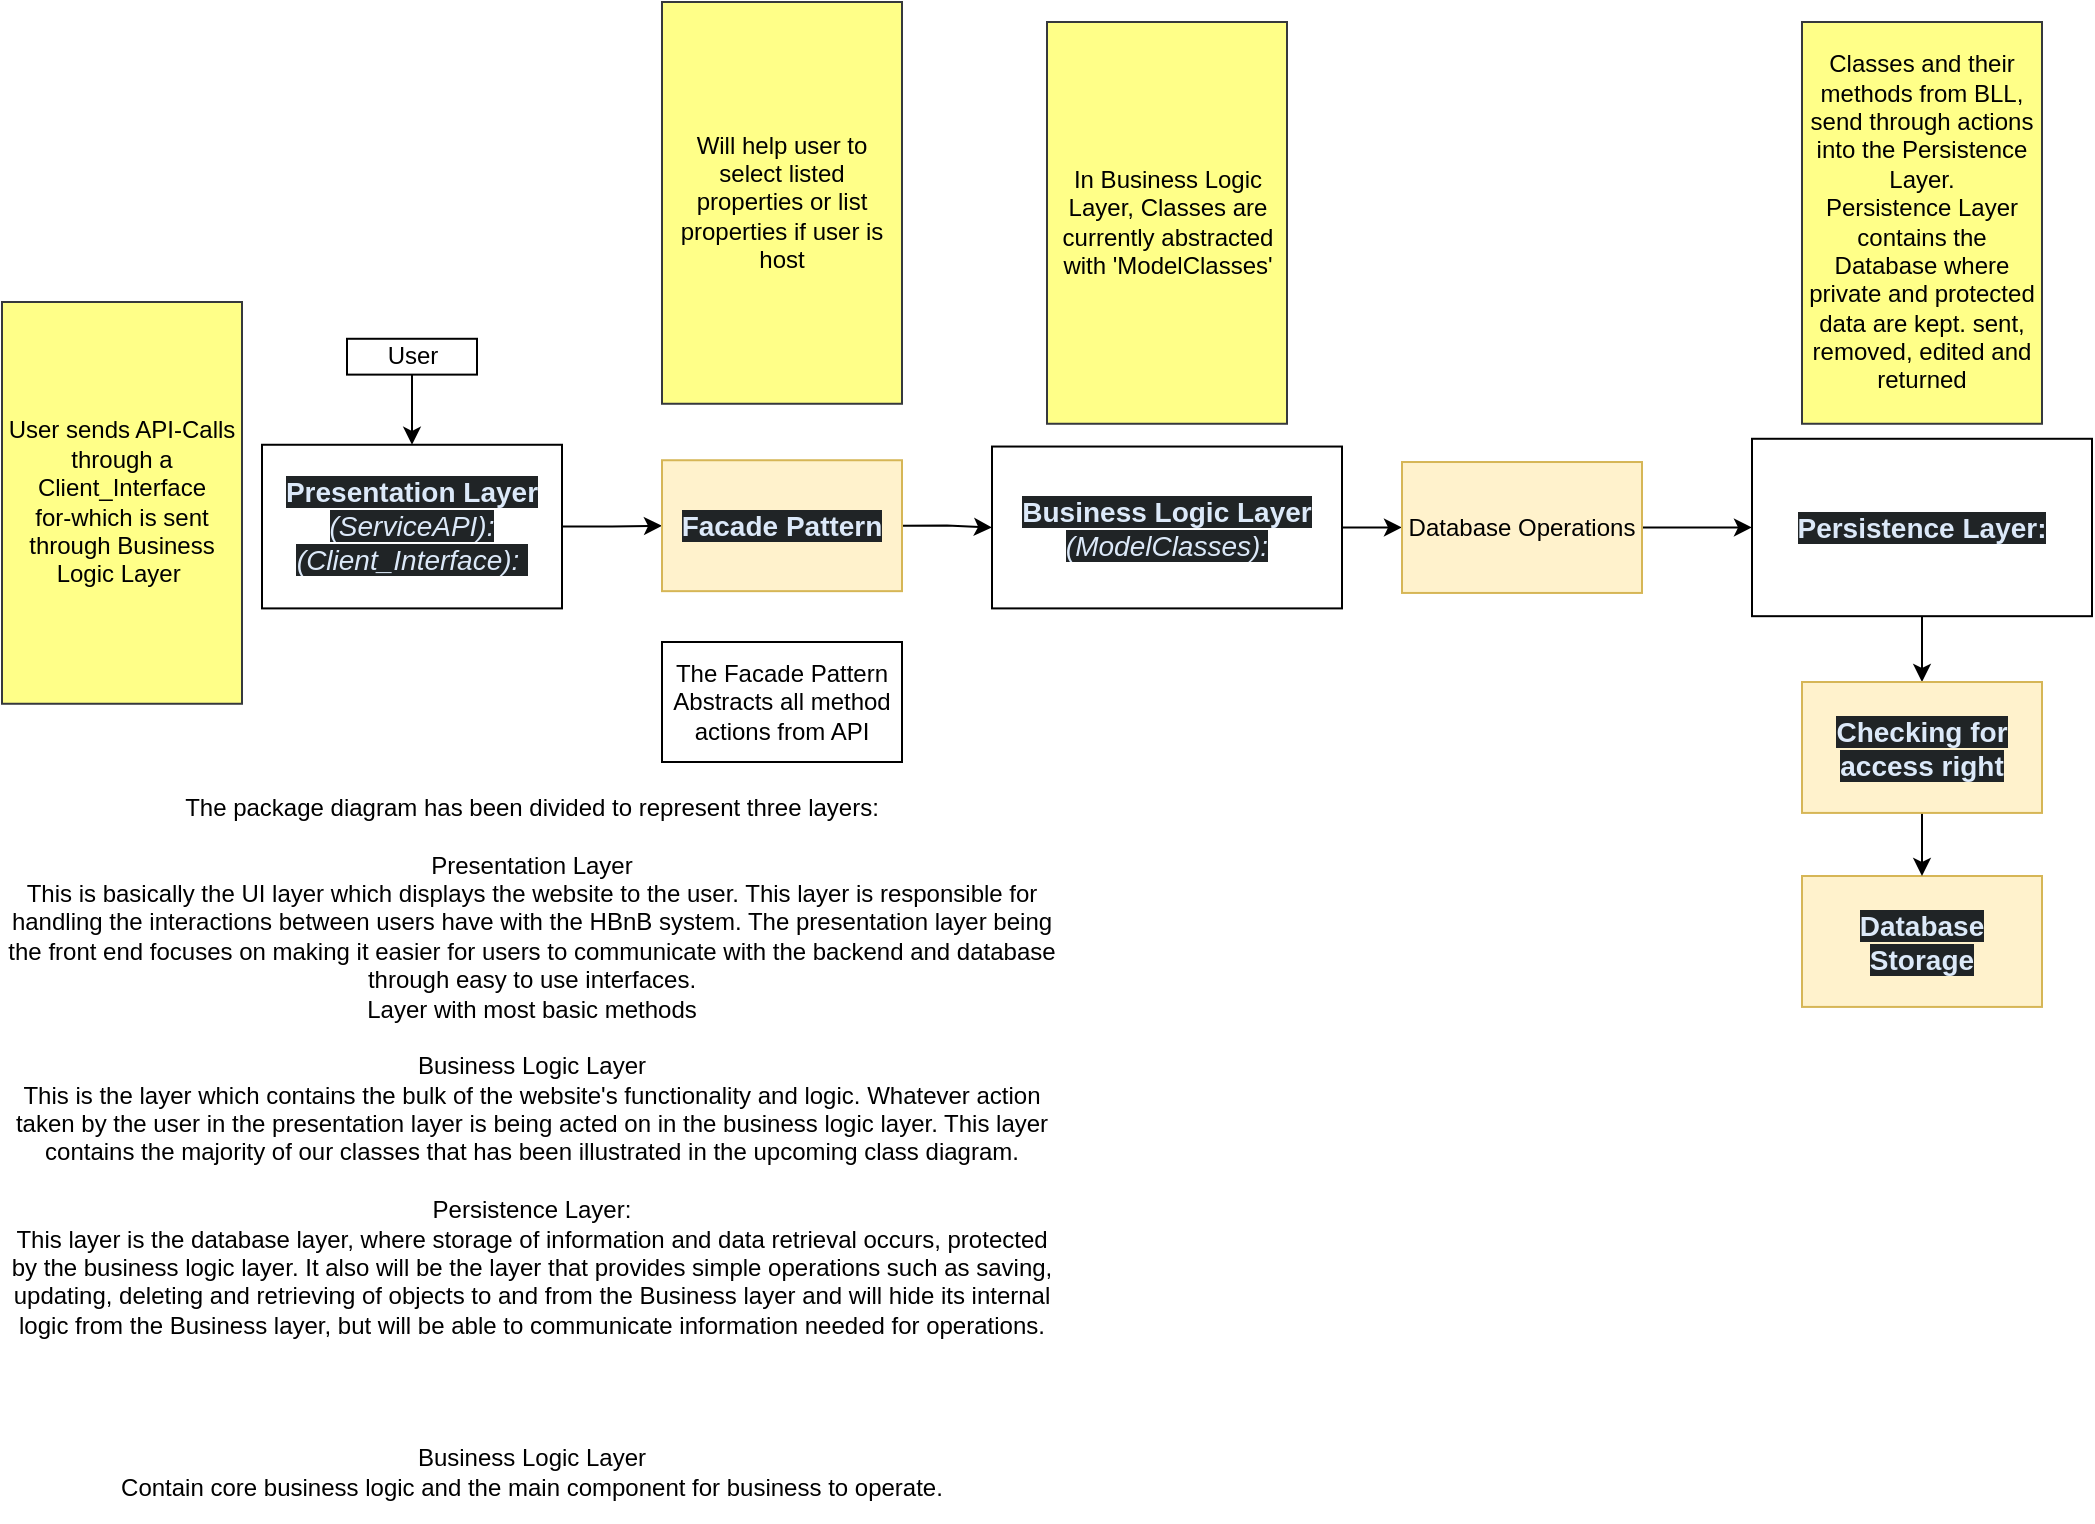
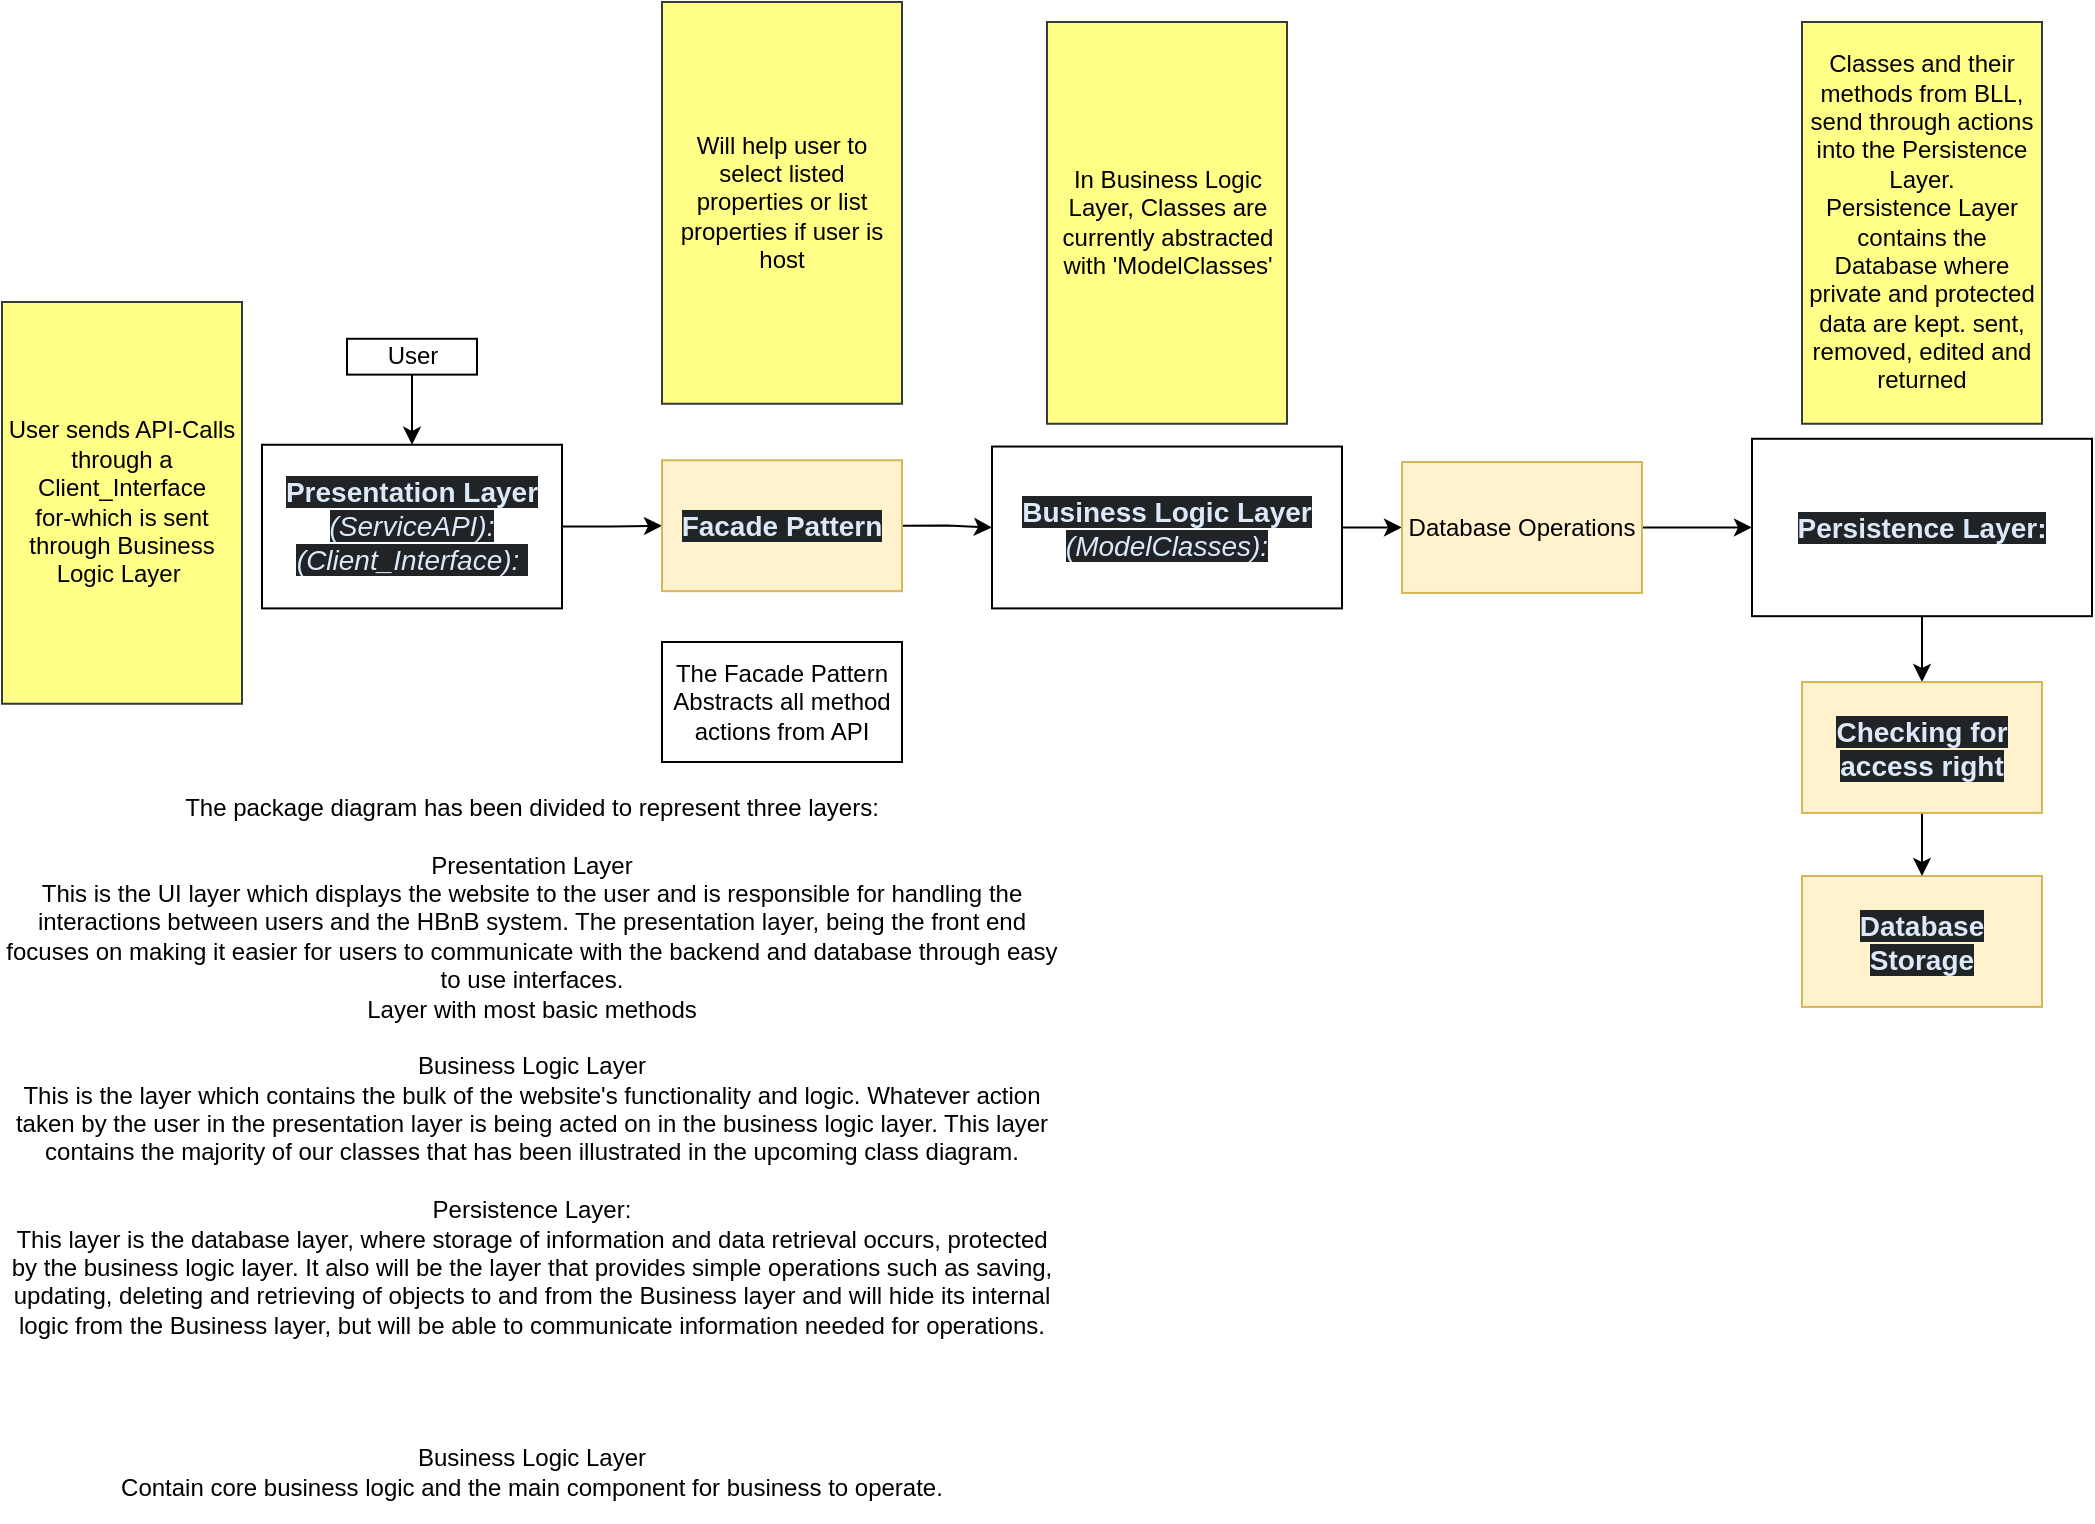
<mxfile host="app.diagrams.net">
  <diagram name="Page-1" id="2KrW7VEhyqmw7Nx4Ttr-">
-     <mxGraphModel dx="1134" dy="780" grid="1" gridSize="10" guides="1" tooltips="1" connect="1" arrows="1" fold="1" page="1" pageScale="1" pageWidth="850" pageHeight="1100" math="0" shadow="0">
+     <mxGraphModel dx="599" dy="767" grid="1" gridSize="10" guides="1" tooltips="1" connect="1" arrows="1" fold="1" page="1" pageScale="1" pageWidth="850" pageHeight="1100" math="0" shadow="0">
      <root>
        <mxCell id="0" />
        <mxCell id="1" parent="0" />
        <mxCell id="vZHe2jEZJALmbnLdjFB--106" edge="1" parent="1" source="vZHe2jEZJALmbnLdjFB--105" style="edgeStyle=orthogonalEdgeStyle;rounded=0;orthogonalLoop=1;jettySize=auto;html=1;entryX=0.5;entryY=0;entryDx=0;entryDy=0;exitX=0.5;exitY=1;exitDx=0;exitDy=0;" target="vZHe2jEZJALmbnLdjFB--6" value="">
          <mxGeometry relative="1" as="geometry">
            <mxPoint x="360" y="250" as="sourcePoint" />
          </mxGeometry>
        </mxCell>
        <mxCell id="vZHe2jEZJALmbnLdjFB--6" parent="1" style="rounded=0;whiteSpace=wrap;html=1;" value="&lt;strong style=&quot;box-sizing: border-box; font-weight: bold; scrollbar-color: rgb(95, 99, 104) rgb(49, 54, 60); color: rgb(220, 233, 249); font-family: aktiv-grotesk, sans-serif; font-size: 14px; text-align: start; background-color: rgb(32, 36, 38);&quot;&gt;Presentation Layer &lt;/strong&gt;&lt;span style=&quot;box-sizing: border-box; scrollbar-color: rgb(95, 99, 104) rgb(49, 54, 60); color: rgb(220, 233, 249); font-family: aktiv-grotesk, sans-serif; font-size: 14px; text-align: start; background-color: rgb(32, 36, 38);&quot;&gt;&lt;i&gt;(ServiceAPI):&lt;/i&gt;&lt;/span&gt;&lt;div&gt;&lt;span style=&quot;color: rgb(220, 233, 249); font-family: aktiv-grotesk, sans-serif; font-size: 14px; text-align: start; background-color: rgb(32, 36, 38);&quot;&gt;&lt;i&gt;(Client_Interface):&amp;nbsp;&lt;/i&gt;&lt;/span&gt;&lt;/div&gt;" vertex="1">
          <mxGeometry height="81.82" width="150" x="400" y="301.38" as="geometry" />
        </mxCell>
        <mxCell id="vZHe2jEZJALmbnLdjFB--8" edge="1" parent="1" source="vZHe2jEZJALmbnLdjFB--10" style="edgeStyle=orthogonalEdgeStyle;rounded=0;orthogonalLoop=1;jettySize=auto;html=1;exitX=1;exitY=0.5;exitDx=0;exitDy=0;entryX=0;entryY=0.5;entryDx=0;entryDy=0;" target="vZHe2jEZJALmbnLdjFB--39">
          <mxGeometry relative="1" as="geometry" />
        </mxCell>
        <mxCell id="vZHe2jEZJALmbnLdjFB--10" parent="1" style="rounded=0;whiteSpace=wrap;html=1;" value="&lt;span style=&quot;box-sizing: border-box; scrollbar-color: rgb(95, 99, 104) rgb(49, 54, 60); color: rgb(220, 233, 249); font-family: aktiv-grotesk, sans-serif; font-size: 14px; text-align: start; background-color: rgb(32, 36, 38);&quot;&gt;&lt;b&gt;Business Logic Layer &lt;/b&gt;&lt;i style=&quot;&quot;&gt;(ModelClasses):&lt;/i&gt;&lt;/span&gt;" vertex="1">
          <mxGeometry height="80.93" width="175" x="765" y="302.27" as="geometry" />
        </mxCell>
        <mxCell id="vZHe2jEZJALmbnLdjFB--11" edge="1" parent="1" source="vZHe2jEZJALmbnLdjFB--12" style="edgeStyle=orthogonalEdgeStyle;rounded=0;orthogonalLoop=1;jettySize=auto;html=1;exitX=0.5;exitY=1;exitDx=0;exitDy=0;entryX=0.5;entryY=0;entryDx=0;entryDy=0;" target="vZHe2jEZJALmbnLdjFB--102">
          <mxGeometry relative="1" as="geometry" />
        </mxCell>
        <mxCell id="vZHe2jEZJALmbnLdjFB--12" parent="1" style="rounded=0;whiteSpace=wrap;html=1;" value="&lt;strong style=&quot;box-sizing: border-box; font-weight: bold; scrollbar-color: rgb(95, 99, 104) rgb(49, 54, 60); color: rgb(220, 233, 249); font-family: aktiv-grotesk, sans-serif; font-size: 14px; text-align: start; background-color: rgb(32, 36, 38);&quot;&gt;Persistence Layer:&lt;/strong&gt;" vertex="1">
          <mxGeometry height="88.7" width="170" x="1145" y="298.39" as="geometry" />
        </mxCell>
        <mxCell id="vZHe2jEZJALmbnLdjFB--29" parent="1" style="rounded=0;whiteSpace=wrap;html=1;align=center;fillColor=#fff2cc;strokeColor=#d6b656;" value="&lt;div style=&quot;&quot;&gt;&lt;font color=&quot;#dce9f9&quot; face=&quot;aktiv-grotesk, sans-serif&quot;&gt;&lt;span style=&quot;font-size: 14px; background-color: rgb(32, 36, 38);&quot;&gt;&lt;b&gt;Database&lt;br&gt;Storage&lt;/b&gt;&lt;/span&gt;&lt;/font&gt;&lt;/div&gt;" vertex="1">
          <mxGeometry height="65.46" width="120" x="1170" y="517" as="geometry" />
        </mxCell>
        <mxCell id="vZHe2jEZJALmbnLdjFB--35" edge="1" parent="1" source="vZHe2jEZJALmbnLdjFB--37" style="edgeStyle=orthogonalEdgeStyle;rounded=0;orthogonalLoop=1;jettySize=auto;html=1;exitX=1;exitY=0.5;exitDx=0;exitDy=0;" target="vZHe2jEZJALmbnLdjFB--10">
          <mxGeometry relative="1" as="geometry">
            <mxPoint x="750" y="339.5700000000001" as="sourcePoint" />
          </mxGeometry>
        </mxCell>
        <mxCell id="vZHe2jEZJALmbnLdjFB--36" edge="1" parent="1" source="vZHe2jEZJALmbnLdjFB--6" style="edgeStyle=orthogonalEdgeStyle;rounded=0;orthogonalLoop=1;jettySize=auto;html=1;exitX=1;exitY=0.5;exitDx=0;exitDy=0;entryX=0;entryY=0.5;entryDx=0;entryDy=0;" target="vZHe2jEZJALmbnLdjFB--37">
          <mxGeometry relative="1" as="geometry">
            <mxPoint x="575" y="430" as="targetPoint" />
          </mxGeometry>
        </mxCell>
        <mxCell id="vZHe2jEZJALmbnLdjFB--37" parent="1" style="rounded=0;whiteSpace=wrap;html=1;align=center;fillColor=#fff2cc;strokeColor=#d6b656;" value="&lt;div style=&quot;&quot;&gt;&lt;font color=&quot;#dce9f9&quot; face=&quot;aktiv-grotesk, sans-serif&quot;&gt;&lt;span style=&quot;font-size: 14px; background-color: rgb(32, 36, 38);&quot;&gt;&lt;b&gt;Facade Pattern&lt;/b&gt;&lt;/span&gt;&lt;/font&gt;&lt;/div&gt;" vertex="1">
          <mxGeometry height="65.46" width="120" x="600" y="309.11999999999995" as="geometry" />
        </mxCell>
        <mxCell id="vZHe2jEZJALmbnLdjFB--38" edge="1" parent="1" source="vZHe2jEZJALmbnLdjFB--39" style="edgeStyle=orthogonalEdgeStyle;rounded=0;orthogonalLoop=1;jettySize=auto;html=1;exitX=1;exitY=0.5;exitDx=0;exitDy=0;entryX=0;entryY=0.5;entryDx=0;entryDy=0;" target="vZHe2jEZJALmbnLdjFB--12">
          <mxGeometry relative="1" as="geometry" />
        </mxCell>
        <mxCell id="vZHe2jEZJALmbnLdjFB--39" parent="1" style="rounded=0;whiteSpace=wrap;html=1;align=center;fillColor=#fff2cc;strokeColor=#d6b656;" value="Database Operations" vertex="1">
          <mxGeometry height="65.46" width="120" x="970" y="310.01" as="geometry" />
        </mxCell>
        <mxCell id="vZHe2jEZJALmbnLdjFB--101" edge="1" parent="1" source="vZHe2jEZJALmbnLdjFB--102" style="edgeStyle=orthogonalEdgeStyle;rounded=0;orthogonalLoop=1;jettySize=auto;html=1;exitX=0.5;exitY=1;exitDx=0;exitDy=0;entryX=0.5;entryY=0;entryDx=0;entryDy=0;" target="vZHe2jEZJALmbnLdjFB--29">
          <mxGeometry relative="1" as="geometry">
            <mxPoint x="1460" y="530" as="targetPoint" />
          </mxGeometry>
        </mxCell>
        <mxCell id="vZHe2jEZJALmbnLdjFB--102" parent="1" style="rounded=0;whiteSpace=wrap;html=1;align=center;fillColor=#fff2cc;strokeColor=#d6b656;" value="&lt;div style=&quot;&quot;&gt;&lt;font color=&quot;#dce9f9&quot; face=&quot;aktiv-grotesk, sans-serif&quot;&gt;&lt;span style=&quot;font-size: 14px; background-color: rgb(32, 36, 38);&quot;&gt;&lt;b&gt;Checking for access right&lt;/b&gt;&lt;/span&gt;&lt;/font&gt;&lt;/div&gt;" vertex="1">
          <mxGeometry height="65.46" width="120" x="1170" y="420" as="geometry" />
        </mxCell>
        <mxCell id="vZHe2jEZJALmbnLdjFB--105" parent="1" style="whiteSpace=wrap;html=1;rounded=0;" value="User" vertex="1">
          <mxGeometry height="17.92" width="65" x="442.5" y="248.39" as="geometry" />
        </mxCell>
        <mxCell id="WIsYPLuYnzwIEppj4hiX-1" parent="1" style="rounded=0;whiteSpace=wrap;html=1;fillColor=light-dark(#FFFF88,#FFFF63);strokeColor=#36393d;fontColor=light-dark(#000000,#000000);" value="User sends API-Calls through a Client_Interface&lt;br&gt;for-which is sent through Business Logic Layer&amp;nbsp;" vertex="1">
          <mxGeometry height="200.88" width="120" x="270" y="230" as="geometry" />
        </mxCell>
        <mxCell id="WIsYPLuYnzwIEppj4hiX-2" parent="1" style="rounded=0;whiteSpace=wrap;html=1;fillColor=light-dark(#FFFF88,#FFFF63);strokeColor=#36393d;fontColor=light-dark(#000000,#000000);" value="In Business Logic Layer, Classes are currently abstracted with &#39;ModelClasses&#39;" vertex="1">
          <mxGeometry height="200.88" width="120" x="792.5" y="90" as="geometry" />
        </mxCell>
        <mxCell id="WIsYPLuYnzwIEppj4hiX-3" parent="1" style="rounded=0;whiteSpace=wrap;html=1;fillColor=light-dark(#FFFF88,#FFFF63);strokeColor=#36393d;fontColor=light-dark(#000000,#000000);" value="Classes and their methods from BLL,&lt;br&gt;send through actions into the Persistence Layer.&lt;br&gt;Persistence Layer contains the Database where private and protected data are kept. sent, removed, edited and returned" vertex="1">
          <mxGeometry height="200.88" width="120" x="1170" y="90" as="geometry" />
        </mxCell>
        <mxCell id="WgZE8rlp9okLk8PS5iAP-1" parent="1" style="rounded=0;whiteSpace=wrap;html=1;fillColor=light-dark(#FFFF88,#FFFF63);strokeColor=#36393d;fontColor=light-dark(#000000,#000000);" value="Will help user to select listed properties or list properties if user is host" vertex="1">
          <mxGeometry height="200.88" width="120" x="600" y="80" as="geometry" />
        </mxCell>
        <mxCell id="jcnPVMmyGXToek09mdS7-1" parent="1" style="rounded=0;whiteSpace=wrap;html=1;" value="The Facade Pattern Abstracts all method actions from API" vertex="1">
          <mxGeometry height="60" width="120" x="600" y="400" as="geometry" />
        </mxCell>
-         <mxCell id="3AgvAKh3npFNZkdtQLno-1" parent="1" style="text;html=1;whiteSpace=wrap;strokeColor=none;fillColor=none;align=center;verticalAlign=middle;rounded=0;" value="The package diagram has been divided to represent three layers:&lt;br&gt;&lt;br&gt;Presentation Layer&lt;div&gt;This is basically the UI layer which displays the website to the user. This layer is responsible for handling the interactions between users have with the HBnB system. The presentation layer being the front end focuses on making it easier for users to communicate with the backend and database through easy to use interfaces.&lt;br&gt;Layer with most basic methods&lt;br&gt;&lt;br&gt;Business Logic Layer&lt;div&gt;This is the layer which contains the bulk of the website&#39;s functionality and logic. Whatever action taken by the user in the presentation layer is being acted on in the business logic layer. This layer contains the majority of our classes that has been illustrated in the upcoming class diagram.&lt;/div&gt;&lt;div&gt;&lt;br&gt;&lt;/div&gt;&lt;div&gt;Persistence Layer:&lt;/div&gt;&lt;div&gt;This layer is the database layer, where storage of information and data retrieval occurs, protected by the business logic layer. It also will be the layer that provides simple operations such as saving, updating, deleting and retrieving of objects to and from the Business layer and will hide its internal logic from the Business layer, but will be able to communicate information needed for operations.&lt;/div&gt;&lt;/div&gt;" vertex="1">
+         <mxCell id="3AgvAKh3npFNZkdtQLno-1" parent="1" style="text;html=1;whiteSpace=wrap;strokeColor=none;fillColor=none;align=center;verticalAlign=middle;rounded=0;" value="The package diagram has been divided to represent three layers:&lt;br&gt;&lt;br&gt;Presentation Layer&lt;div&gt;This is the UI layer which displays the website to the user and is responsible for handling the interactions between users and the HBnB system. The presentation layer, being the front end focuses on making it easier for users to communicate with the backend and database through easy to use interfaces.&lt;br&gt;Layer with most basic methods&lt;br&gt;&lt;br&gt;Business Logic Layer&lt;div&gt;This is the layer which contains the bulk of the website&#39;s functionality and logic. Whatever action taken by the user in the presentation layer is being acted on in the business logic layer. This layer contains the majority of our classes that has been illustrated in the upcoming class diagram.&lt;/div&gt;&lt;div&gt;&lt;br&gt;&lt;/div&gt;&lt;div&gt;Persistence Layer:&lt;/div&gt;&lt;div&gt;This layer is the database layer, where storage of information and data retrieval occurs, protected by the business logic layer. It also will be the layer that provides simple operations such as saving, updating, deleting and retrieving of objects to and from the Business layer and will hide its internal logic from the Business layer, but will be able to communicate information needed for operations.&lt;/div&gt;&lt;/div&gt;" vertex="1">
          <mxGeometry height="303" width="530" x="270" y="460" as="geometry" />
        </mxCell>
        <mxCell id="W_o3C3PsjH2Ao98SipCb-2" parent="1" style="text;html=1;whiteSpace=wrap;strokeColor=none;fillColor=none;align=center;verticalAlign=middle;rounded=0;" value="Business Logic Layer&lt;div&gt;Contain core business logic and the main component for business to operate.&lt;/div&gt;" vertex="1">
          <mxGeometry height="50" width="530" x="270" y="790" as="geometry" />
        </mxCell>
      </root>
    </mxGraphModel>
  </diagram>
</mxfile>
